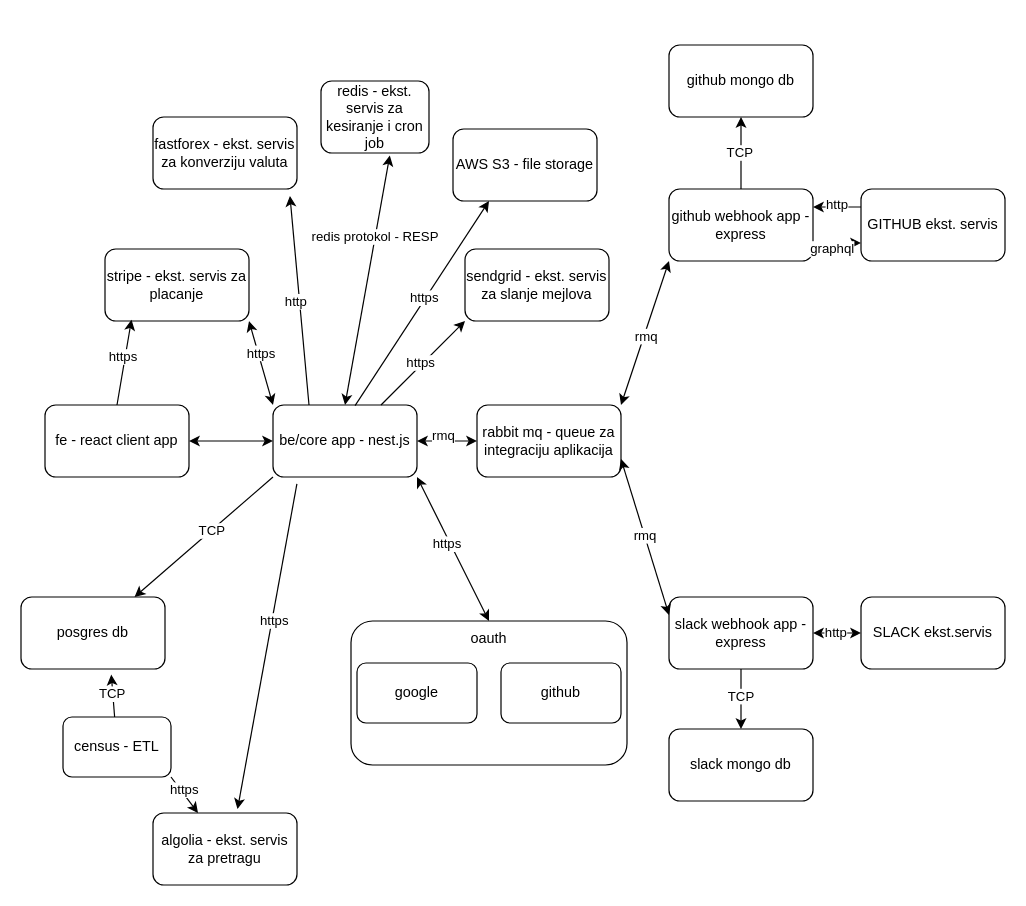
The draw.io diagram 2. nivo.drawio in vulinana/ZOSS-Projekat, before the edit. Source tidied: cells renumbered, new cells numbered last; positions are measured from the earlier drawing's top-left corner, leaving out a move shared by most shapes. Both pictures are drawn from the tidied source at 120%, with x=0, y=0 at pixel (20, 44).
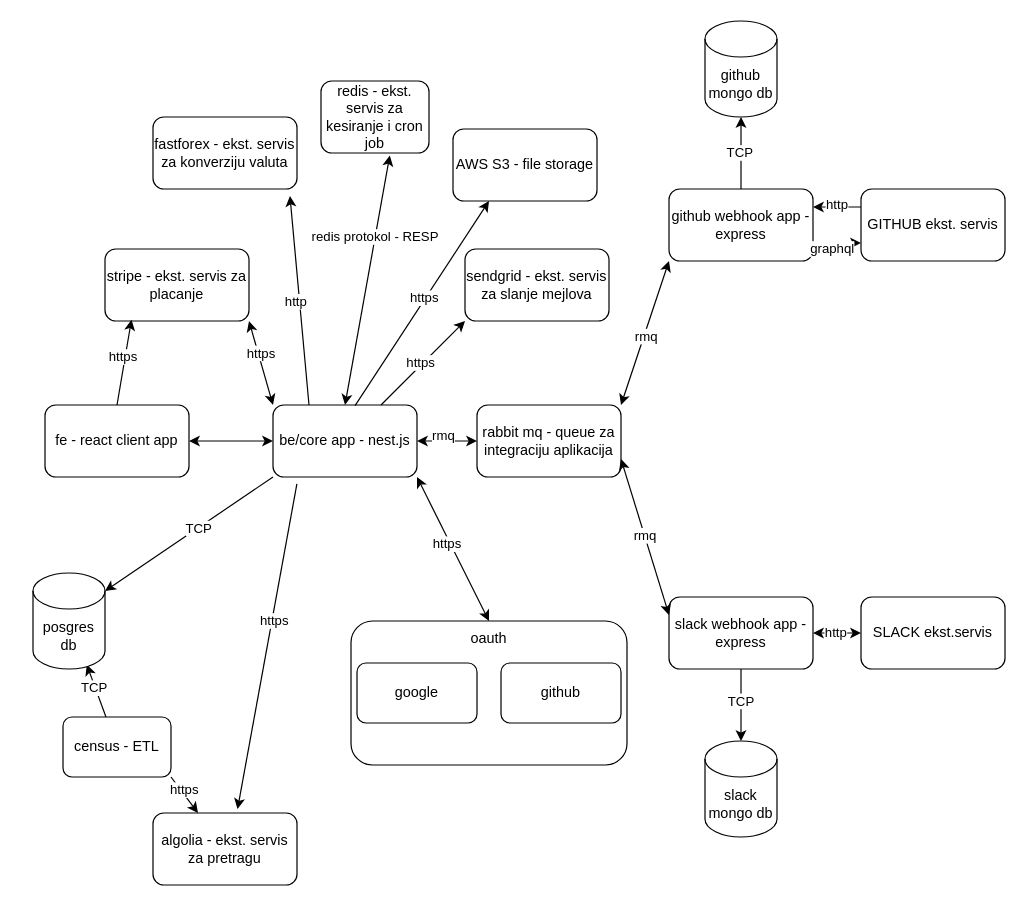
The same page after the edit.

Unchanged cells that the change refers to:
```xml
<mxCell id="11" value="github webhook app - express&lt;br&gt;" style="rounded=1;whiteSpace=wrap;html=1;" parent="1" vertex="1">
  <mxGeometry x="540" y="120" width="120" height="60" as="geometry" />
</mxCell>
<mxCell id="14" value="slack webhook app - express&lt;br&gt;" style="rounded=1;whiteSpace=wrap;html=1;" parent="1" vertex="1">
  <mxGeometry x="540" y="460" width="120" height="60" as="geometry" />
</mxCell>
<mxCell id="52" value="census - ETL" style="rounded=1;whiteSpace=wrap;html=1;" parent="1" vertex="1">
  <mxGeometry x="35" y="560" width="90" height="50" as="geometry" />
</mxCell>
```

What changed in the source:
```diff
@@
-    <mxCell id="17" value="posgres db" style="rounded=1;whiteSpace=wrap;html=1;" parent="1" vertex="1">
-      <mxGeometry y="460" width="120" height="60" as="geometry" />
-    </mxCell>
-    <mxCell id="18" value="slack mongo db&lt;br&gt;" style="rounded=1;whiteSpace=wrap;html=1;" parent="1" vertex="1">
-      <mxGeometry x="540" y="570" width="120" height="60" as="geometry" />
-    </mxCell>
-    <mxCell id="19" value="github mongo db&lt;br&gt;" style="rounded=1;whiteSpace=wrap;html=1;" parent="1" vertex="1">
-      <mxGeometry x="540" width="120" height="60" as="geometry" />
-    </mxCell>
@@
-    <mxCell id="43" style="endArrow=classic;html=1;rounded=0;" parent="1" edge="1" target="17">
+    <mxCell id="43" style="endArrow=classic;html=1;rounded=0;entryX=1;entryY=0;entryDx=0;entryDy=15;entryPerimeter=0;" parent="1" edge="1" target="17">
       <mxGeometry relative="1" as="geometry">
         <mxPoint x="210" y="360" as="sourcePoint" />
       </mxGeometry>
     </mxCell>
@@
-    <mxCell id="45" style="endArrow=classic;html=1;rounded=0;entryX=0.5;entryY=1;entryDx=0;entryDy=0;" parent="1" edge="1" source="11" target="19">
+    <mxCell id="45" style="endArrow=classic;html=1;rounded=0;" parent="1" edge="1" source="11" target="19">
       <mxGeometry relative="1" as="geometry" />
     </mxCell>
@@
-    <mxCell id="47" style="endArrow=classic;html=1;rounded=0;entryX=0.5;entryY=0;entryDx=0;entryDy=0;exitX=0.5;exitY=1;exitDx=0;exitDy=0;" parent="1" edge="1" source="14" target="18">
+    <mxCell id="47" style="endArrow=classic;html=1;rounded=0;entryX=0.5;entryY=0;entryDx=0;entryDy=0;exitX=0.5;exitY=1;exitDx=0;exitDy=0;entryPerimeter=0;" parent="1" edge="1" source="14" target="18">
       <mxGeometry relative="1" as="geometry" />
     </mxCell>
@@
-    <mxCell id="55" style="endArrow=classic;html=1;rounded=0;entryX=0.627;entryY=1.078;entryDx=0;entryDy=0;entryPerimeter=0;" parent="1" edge="1" source="52" target="17">
+    <mxCell id="55" style="endArrow=classic;html=1;rounded=0;entryX=0.747;entryY=0.955;entryDx=0;entryDy=0;entryPerimeter=0;" parent="1" edge="1" source="52" target="17">
       <mxGeometry relative="1" as="geometry" />
     </mxCell>
@@
+    <mxCell id="17" value="posgres db" style="shape=cylinder3;whiteSpace=wrap;html=1;boundedLbl=1;backgroundOutline=1;size=15;" parent="1" vertex="1">
+      <mxGeometry x="10" y="440" width="60" height="80" as="geometry" />
+    </mxCell>
+    <mxCell id="19" value="github mongo db" style="shape=cylinder3;whiteSpace=wrap;html=1;boundedLbl=1;backgroundOutline=1;size=15;" parent="1" vertex="1">
+      <mxGeometry x="570" y="-20" width="60" height="80" as="geometry" />
+    </mxCell>
+    <mxCell id="18" value="slack mongo db" style="shape=cylinder3;whiteSpace=wrap;html=1;boundedLbl=1;backgroundOutline=1;size=15;" parent="1" vertex="1">
+      <mxGeometry x="570" y="580" width="60" height="80" as="geometry" />
+    </mxCell>
```
